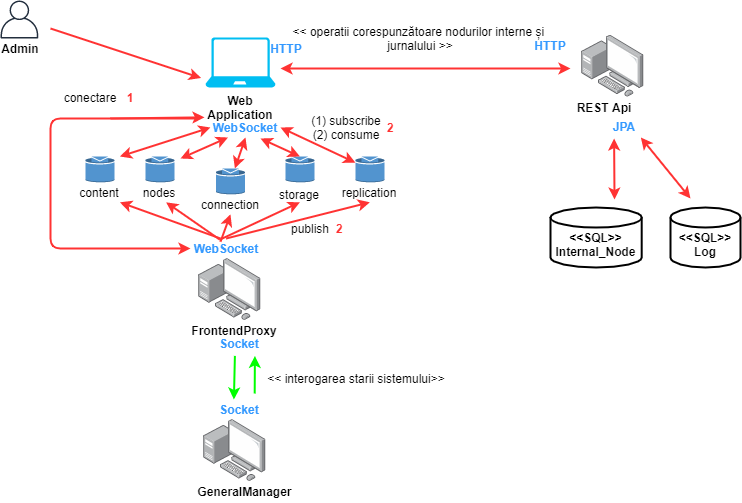
Earlier version of the draw.io export docs/diagram/client-restapi-proxy-communication-admin.png (StratulatStefan/Licenta). Source tidied: cells renumbered, new cells last; positions are measured from the earlier drawing's top-left corner, leaving out a move shared by most shapes.
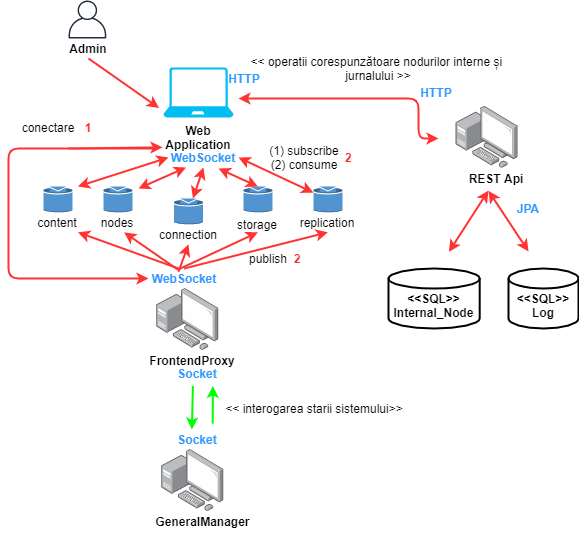
The same file after the commit.

Change to the diagram source:
```diff
@@ -8,16 +8,14 @@
     <mxCell id="3" value="&lt;b&gt;Web Application&lt;br&gt;&lt;/b&gt;" style="text;html=1;strokeColor=none;fillColor=none;align=center;verticalAlign=middle;whiteSpace=wrap;rounded=0;" parent="1" vertex="1">
       <mxGeometry x="200" y="97" width="80" height="20" as="geometry" />
     </mxCell>
-    <mxCell id="4" style="endArrow=classic;html=1;entryX=-0.064;entryY=0.81;entryDx=0;entryDy=0;entryPerimeter=0;strokeWidth=2;strokeColor=#FF3333;" parent="1" edge="1" target="2">
-      <mxGeometry relative="1" as="geometry">
-        <mxPoint x="50" y="28" as="sourcePoint" />
-      </mxGeometry>
+    <mxCell id="4" style="endArrow=classic;html=1;entryX=-0.064;entryY=0.81;entryDx=0;entryDy=0;entryPerimeter=0;strokeWidth=2;strokeColor=#FF3333;exitX=0.5;exitY=1;exitDx=0;exitDy=0;" parent="1" edge="1" source="11" target="2">
+      <mxGeometry relative="1" as="geometry" />
     </mxCell>
     <mxCell id="5" style="html=1;align=center;shadow=0;dashed=0;image;image=img/lib/allied_telesis/computer_and_terminals/Personal_Computer_with_Server.svg;" parent="1" vertex="1">
-      <mxGeometry x="581.2" y="34.6" width="62.4" height="62.4" as="geometry" />
+      <mxGeometry x="497.6" y="75.8" width="62.4" height="62.4" as="geometry" />
     </mxCell>
     <mxCell id="6" value="&lt;b&gt;&lt;br&gt;&amp;lt;&amp;lt;SQL&amp;gt;&amp;gt;&lt;br&gt;Internal_Node&lt;br&gt;&lt;/b&gt;" style="strokeWidth=2;html=1;shape=mxgraph.flowchart.database;whiteSpace=wrap;" parent="1" vertex="1">
-      <mxGeometry x="550" y="207" width="91.2" height="60" as="geometry" />
+      <mxGeometry x="430" y="238" width="91.2" height="60" as="geometry" />
     </mxCell>
     <mxCell id="7" style="html=1;align=center;shadow=0;dashed=0;image;image=img/lib/allied_telesis/computer_and_terminals/Personal_Computer_with_Server.svg;" parent="1" vertex="1">
       <mxGeometry x="198.2" y="258" width="62.4" height="62.4" as="geometry" />
@@ -26,7 +24,7 @@
       <mxGeometry x="194.4" y="320.4" width="80" height="20" as="geometry" />
     </mxCell>
     <mxCell id="9" style="group;" parent="1" vertex="1">
-      <mxGeometry width="40" height="58" as="geometry" />
+      <mxGeometry x="110" y="-30" width="40" height="58" as="geometry" />
     </mxCell>
     <mxCell id="10" style="fontColor=#232F3E;gradientColor=none;fillColor=#232F3E;strokeColor=none;dashed=0;verticalLabelPosition=bottom;verticalAlign=top;align=center;html=1;fontSize=12;fontStyle=0;shape=mxgraph.aws4.user;" parent="9" vertex="1">
       <mxGeometry width="38" height="38" as="geometry" />
@@ -35,7 +33,7 @@
       <mxGeometry y="38" width="40" height="20" as="geometry" />
     </mxCell>
     <mxCell id="12" value="&lt;b&gt;REST Api&lt;br&gt;&lt;/b&gt;" style="text;html=1;strokeColor=none;fillColor=none;align=center;verticalAlign=middle;whiteSpace=wrap;rounded=0;" parent="1" vertex="1">
-      <mxGeometry x="563.6" y="97" width="80" height="20" as="geometry" />
+      <mxGeometry x="497.6" y="138.2" width="80" height="20" as="geometry" />
     </mxCell>
     <mxCell id="13" value="&amp;lt;&amp;lt; operatii corespunzătoare nodurilor interne și &lt;br&gt;jurnalului &amp;gt;&amp;gt;" style="text;html=1;strokeColor=none;fillColor=none;align=center;verticalAlign=middle;whiteSpace=wrap;rounded=0;" parent="1" vertex="1">
       <mxGeometry x="280" y="28" width="280" height="20" as="geometry" />
@@ -43,22 +41,26 @@
     <mxCell id="14" style="endArrow=classic;startArrow=classic;html=1;strokeWidth=2;strokeColor=#FF3333;" parent="1" edge="1">
       <mxGeometry relative="1" as="geometry">
         <mxPoint x="280" y="68" as="sourcePoint" />
-        <mxPoint x="570" y="68" as="targetPoint" />
+        <mxPoint x="480" y="108" as="targetPoint" />
+        <Array as="points">
+          <mxPoint x="460" y="68" />
+          <mxPoint x="460" y="108" />
+        </Array>
       </mxGeometry>
     </mxCell>
     <mxCell id="15" value="&lt;b&gt;&lt;br&gt;&amp;lt;&amp;lt;SQL&amp;gt;&amp;gt;&lt;br&gt;Log&lt;br&gt;&lt;/b&gt;" style="strokeWidth=2;html=1;shape=mxgraph.flowchart.database;whiteSpace=wrap;" parent="1" vertex="1">
-      <mxGeometry x="670" y="207" width="70" height="60" as="geometry" />
+      <mxGeometry x="550" y="238" width="70" height="60" as="geometry" />
     </mxCell>
     <mxCell id="16" style="endArrow=classic;startArrow=classic;html=1;strokeWidth=2;strokeColor=#FF3333;" parent="1" edge="1">
       <mxGeometry relative="1" as="geometry">
-        <mxPoint x="614" y="199" as="sourcePoint" />
-        <mxPoint x="613.6" y="138" as="targetPoint" />
+        <mxPoint x="490.4" y="221.4" as="sourcePoint" />
+        <mxPoint x="530" y="160" as="targetPoint" />
       </mxGeometry>
     </mxCell>
     <mxCell id="17" style="endArrow=classic;startArrow=classic;html=1;strokeWidth=2;strokeColor=#FF3333;" parent="1" edge="1">
       <mxGeometry relative="1" as="geometry">
-        <mxPoint x="690" y="198" as="sourcePoint" />
-        <mxPoint x="640.4" y="137" as="targetPoint" />
+        <mxPoint x="570" y="221" as="sourcePoint" />
+        <mxPoint x="530" y="160.4" as="targetPoint" />
       </mxGeometry>
     </mxCell>
     <mxCell id="18" style="html=1;align=center;shadow=0;dashed=0;image;image=img/lib/allied_telesis/computer_and_terminals/Personal_Computer_with_Server.svg;" parent="1" vertex="1">
@@ -83,10 +85,10 @@
       <mxGeometry x="266.2" y="38" width="40" height="20" as="geometry" />
     </mxCell>
     <mxCell id="23" value="&lt;font color=&quot;#3399ff&quot;&gt;&lt;b&gt;HTTP&lt;/b&gt;&lt;/font&gt;" style="text;html=1;strokeColor=none;fillColor=none;align=center;verticalAlign=middle;whiteSpace=wrap;rounded=0;" parent="1" vertex="1">
-      <mxGeometry x="530" y="34.6" width="40" height="20" as="geometry" />
+      <mxGeometry x="457.6" y="52" width="40" height="20" as="geometry" />
     </mxCell>
     <mxCell id="24" value="&lt;font color=&quot;#3399ff&quot;&gt;&lt;b&gt;JPA&lt;/b&gt;&lt;/font&gt;" style="text;html=1;strokeColor=none;fillColor=none;align=center;verticalAlign=middle;whiteSpace=wrap;rounded=0;" parent="1" vertex="1">
-      <mxGeometry x="603.6" y="116" width="40" height="20" as="geometry" />
+      <mxGeometry x="550" y="168" width="40" height="20" as="geometry" />
     </mxCell>
     <mxCell id="25" value="&lt;font color=&quot;#3399ff&quot;&gt;&lt;b&gt;WebSocket&lt;/b&gt;&lt;/font&gt;" style="text;html=1;strokeColor=none;fillColor=none;align=center;verticalAlign=middle;whiteSpace=wrap;rounded=0;" parent="1" vertex="1">
       <mxGeometry x="210" y="117" width="70" height="20" as="geometry" />
```
